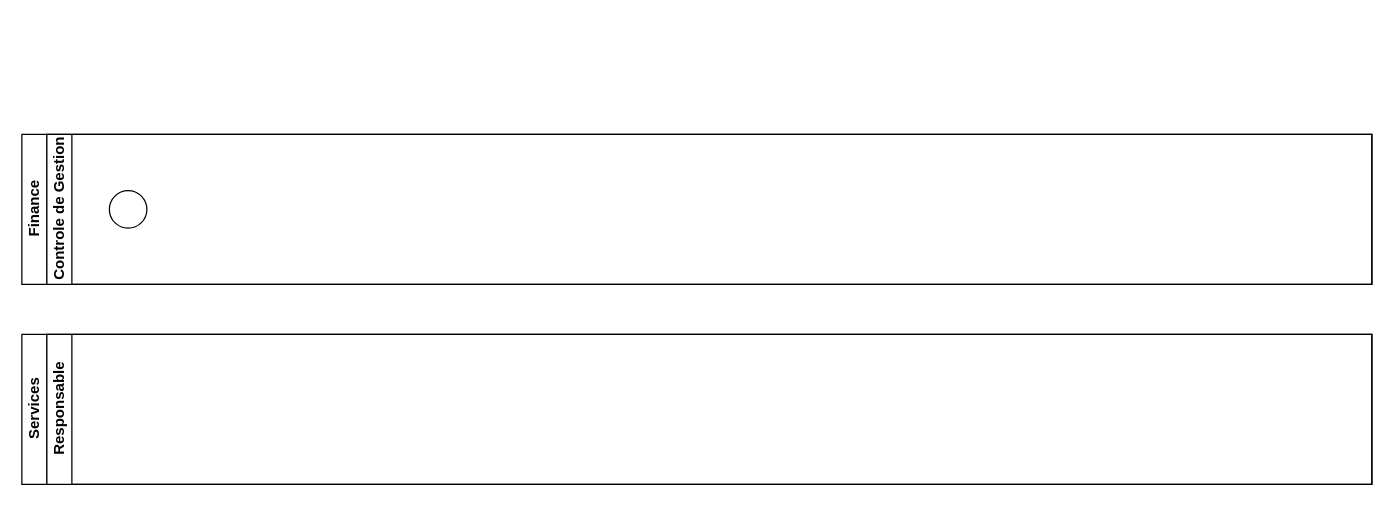
The draw.io diagram ctrl_facturation.drawio in Franck5568/bpm_ctrl_fact, before the edit. Source tidied: cells renumbered, new cells numbered last; positions are measured from the earlier drawing's top-left corner, leaving out a move shared by most shapes. Both pictures are drawn from the tidied source at 125%, with x=0, y=0 at pixel (21, 134).
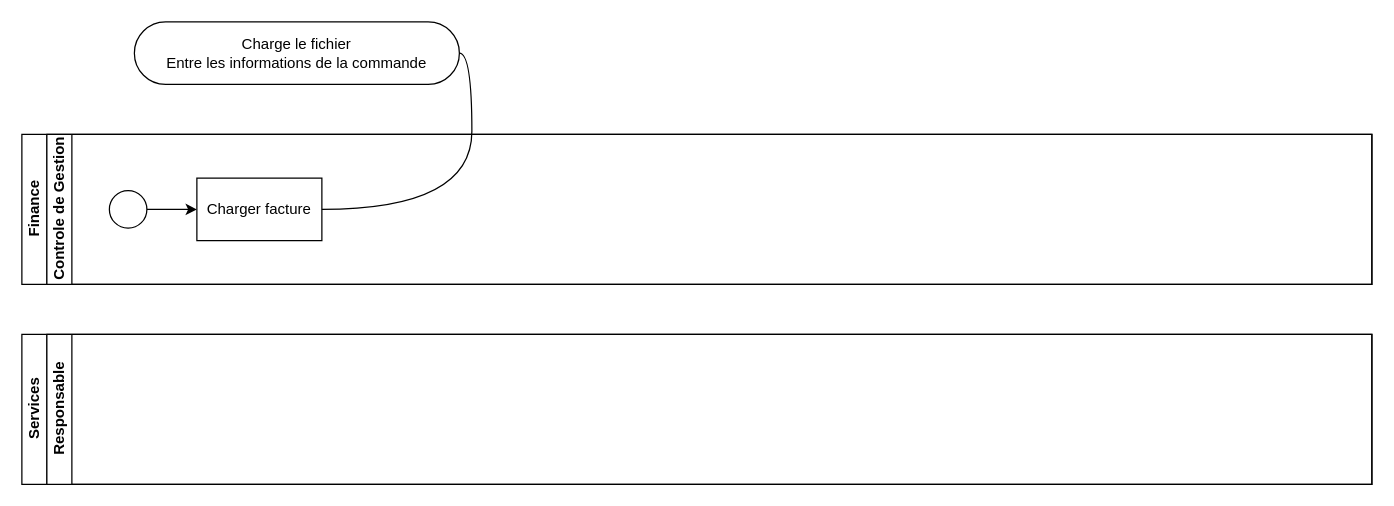
The same diagram, later.

Commit message (it also covers changes not shown here):
Mettre à jour ctrl_facturation.drawio

Diff of the diagram source:
```diff
@@
 <mxGraphModel>
   <root>
     <mxCell id="0" />
     <mxCell id="1" parent="0" />
     <mxCell id="2" value="Finance" style="swimlane;horizontal=0;startSize=20;html=1;" parent="1" vertex="1">
       <mxGeometry width="1080" height="120" as="geometry" />
     </mxCell>
     <mxCell id="3" value="Controle de Gestion" style="swimlane;startSize=20;horizontal=0;html=1;" parent="2" vertex="1">
       <mxGeometry x="20" width="1060" height="120" as="geometry" />
     </mxCell>
+    <mxCell id="7" style="edgeStyle=orthogonalEdgeStyle;rounded=0;jettySize=auto;html=1;" parent="3" edge="1" source="4" target="8">
+      <mxGeometry relative="1" as="geometry" />
+    </mxCell>
     <mxCell id="4" style="shape=ellipse;html=1;dashed=0;whiteSpace=wrap;perimeter=ellipsePerimeter;" parent="3" vertex="1">
       <mxGeometry x="50" y="45" width="30" height="30" as="geometry" />
     </mxCell>
+    <mxCell id="8" value="Charger facture" style="html=1;dashed=0;whiteSpace=wrap;" parent="3" vertex="1">
+      <mxGeometry x="120" y="35" width="100" height="50" as="geometry" />
+    </mxCell>
     <mxCell id="5" value="Services" style="swimlane;horizontal=0;startSize=20;html=1;" parent="1" vertex="1">
       <mxGeometry y="160" width="1080" height="120" as="geometry" />
     </mxCell>
     <mxCell id="6" value="Responsable" style="swimlane;startSize=20;horizontal=0;html=1;" parent="5" vertex="1">
       <mxGeometry x="20" width="1060" height="120" as="geometry" />
     </mxCell>
+    <mxCell id="9" value="Charge le fichier&lt;br&gt;Entre les informations de la commande" style="whiteSpace=wrap;html=1;rounded=1;arcSize=50;align=center;verticalAlign=middle;strokeWidth=1;spacing=4;newEdgeStyle={&quot;edgeStyle&quot;:&quot;entityRelationEdgeStyle&quot;,&quot;startArrow&quot;:&quot;none&quot;,&quot;endArrow&quot;:&quot;none&quot;,&quot;segment&quot;:10,&quot;curved&quot;:1,&quot;sourcePerimeterSpacing&quot;:0,&quot;targetPerimeterSpacing&quot;:0};" parent="1" vertex="1">
+      <mxGeometry x="90" y="-90" width="260" height="50" as="geometry" />
+    </mxCell>
+    <mxCell id="10" style="edgeStyle=entityRelationEdgeStyle;startArrow=none;endArrow=none;segment=10;curved=1;sourcePerimeterSpacing=0;targetPerimeterSpacing=0;rounded=0;" parent="1" edge="1" source="8" target="9">
+      <mxGeometry relative="1" as="geometry" />
+    </mxCell>
   </root>
 </mxGraphModel>
```
